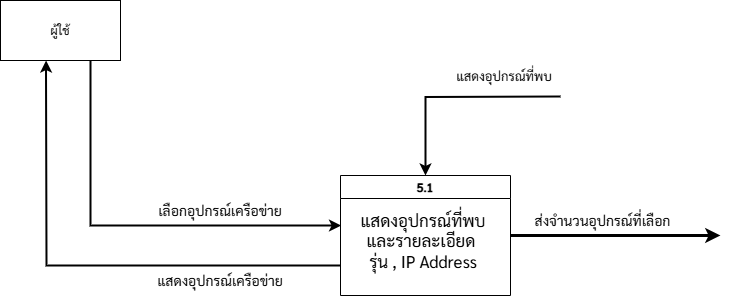
Above: Diagram/DFD/Data Flow Diagram Level 1 - 5.png in Minwatcharakorn/Project-CO-kddi (draw.io), before the change. Source tidied: cells renumbered, new cells last; positions are measured from the earlier drawing's top-left corner, leaving out a move shared by most shapes. Source of this version:
```xml
<mxGraphModel>
  <root>
    <mxCell id="0" />
    <mxCell id="1" parent="0" />
    <mxCell id="2" style="rounded=0;whiteSpace=wrap;html=1;points=[[0,0,0,0,0],[0,0.25,0,0,0],[0,0.5,0,0,0],[0,0.75,0,0,0],[0,1,0,0,0],[0.13,1,0,0,0],[0.25,0,0,0,0],[0.25,1,0,0,0],[0.38,1,0,0,0],[0.5,0,0,0,0],[0.5,1,0,0,0],[0.75,0,0,0,0],[0.75,1,0,0,0],[1,0,0,0,0],[1,0.25,0,0,0],[1,0.5,0,0,0],[1,0.75,0,0,0],[1,1,0,0,0]];fontFamily=Sarabun;fontSource=https%3A%2F%2Ffonts.googleapis.com%2Fcss%3Ffamily%3DSarabun;" parent="1" vertex="1">
      <mxGeometry width="120" height="60" as="geometry" />
    </mxCell>
    <mxCell id="3" value="ผู้ใช้" style="text;html=1;align=center;verticalAlign=middle;whiteSpace=wrap;rounded=0;fontFamily=Sarabun;fontSource=https%3A%2F%2Ffonts.googleapis.com%2Fcss%3Ffamily%3DSarabun;" parent="1" vertex="1">
      <mxGeometry x="30" y="15" width="60" height="30" as="geometry" />
    </mxCell>
    <mxCell id="4" value="เลือกอุปกรณ์เครือข่าย" style="text;html=1;align=center;verticalAlign=middle;whiteSpace=wrap;rounded=0;fontFamily=Sarabun;fontSource=https%3A%2F%2Ffonts.googleapis.com%2Fcss%3Ffamily%3DSarabun;fontSize=14;" parent="1" vertex="1">
      <mxGeometry x="150" y="195" width="140" height="30" as="geometry" />
    </mxCell>
    <mxCell id="5" value="5.1" style="swimlane;whiteSpace=wrap;html=1;fontFamily=Sarabun;fontSource=https%3A%2F%2Ffonts.googleapis.com%2Fcss%3Ffamily%3DSarabun;startSize=23;" parent="1" vertex="1">
      <mxGeometry x="340" y="175" width="170" height="120" as="geometry" />
    </mxCell>
    <mxCell id="6" value="&lt;span&gt;แสดงอุปกรณ์ที่พบ&lt;/span&gt;&lt;div&gt;&lt;span&gt;และรายละเอียด&amp;nbsp;&lt;/span&gt;&lt;div&gt;รุ่น , IP Address&lt;/div&gt;&lt;/div&gt;" style="text;html=1;align=center;verticalAlign=middle;whiteSpace=wrap;rounded=0;fontFamily=Sarabun;fontSource=https%3A%2F%2Ffonts.googleapis.com%2Fcss%3Ffamily%3DSarabun;fontSize=17;" parent="5" vertex="1">
      <mxGeometry x="0.6" y="50" width="164.4" height="30" as="geometry" />
    </mxCell>
    <mxCell id="7" value="ส่งจำนวนอุปกรณ์ที่เลือก" style="text;html=1;align=center;verticalAlign=middle;whiteSpace=wrap;rounded=0;fontFamily=Sarabun;fontSource=https%3A%2F%2Ffonts.googleapis.com%2Fcss%3Ffamily%3DSarabun;fontSize=14;" parent="1" vertex="1">
      <mxGeometry x="520" y="205" width="165" height="30" as="geometry" />
    </mxCell>
    <mxCell id="8" value="แสดงอุปกรณ์ที่พบ" style="text;html=1;align=center;verticalAlign=middle;whiteSpace=wrap;rounded=0;fontFamily=Sarabun;fontSource=https%3A%2F%2Ffonts.googleapis.com%2Fcss%3Ffamily%3DSarabun;fontSize=13;" parent="1" vertex="1">
      <mxGeometry x="439" y="60" width="130" height="30" as="geometry" />
    </mxCell>
    <mxCell id="9" value="แสดงอุปกรณ์เครือข่าย" style="text;html=1;align=center;verticalAlign=middle;whiteSpace=wrap;rounded=0;fontFamily=Sarabun;fontSource=https%3A%2F%2Ffonts.googleapis.com%2Fcss%3Ffamily%3DSarabun;fontSize=14;" parent="1" vertex="1">
      <mxGeometry x="150" y="265" width="140" height="30" as="geometry" />
    </mxCell>
    <mxCell id="10" style="endArrow=classic;html=1;rounded=0;exitX=1;exitY=0.5;exitDx=0;exitDy=0;strokeWidth=3;" parent="1" edge="1" source="5">
      <mxGeometry relative="1" as="geometry">
        <mxPoint x="720" y="235" as="targetPoint" />
      </mxGeometry>
    </mxCell>
    <mxCell id="11" style="edgeStyle=orthogonalEdgeStyle;rounded=0;jettySize=auto;html=1;entryX=0.5;entryY=0;entryDx=0;entryDy=0;fontFamily=Sarabun;fontSource=https%3A%2F%2Ffonts.googleapis.com%2Fcss%3Ffamily%3DSarabun;strokeWidth=2;" parent="1" edge="1" target="5">
      <mxGeometry relative="1" as="geometry">
        <mxPoint x="560" y="96" as="sourcePoint" />
      </mxGeometry>
    </mxCell>
    <mxCell id="12" style="endArrow=classic;html=1;rounded=0;exitX=0.75;exitY=1;exitDx=0;exitDy=0;exitPerimeter=0;entryX=0;entryY=0;entryDx=0;entryDy=0;strokeWidth=2;" parent="1" edge="1" source="2" target="6">
      <mxGeometry relative="1" as="geometry">
        <Array as="points">
          <mxPoint x="90" y="225" />
        </Array>
      </mxGeometry>
    </mxCell>
    <mxCell id="13" style="endArrow=classic;html=1;rounded=0;exitX=0;exitY=0.75;exitDx=0;exitDy=0;strokeWidth=2;entryX=0.38;entryY=1;entryDx=0;entryDy=0;entryPerimeter=0;" parent="1" edge="1" source="5" target="2">
      <mxGeometry relative="1" as="geometry">
        <Array as="points">
          <mxPoint x="46" y="265" />
        </Array>
      </mxGeometry>
    </mxCell>
  </root>
</mxGraphModel>
```
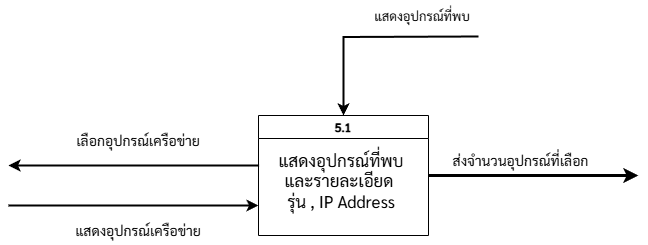
After the commit.

Diff of the diagram source:
```diff
@@ -2,14 +2,8 @@
   <root>
     <mxCell id="0" />
     <mxCell id="1" parent="0" />
-    <mxCell id="2" style="rounded=0;whiteSpace=wrap;html=1;points=[[0,0,0,0,0],[0,0.25,0,0,0],[0,0.5,0,0,0],[0,0.75,0,0,0],[0,1,0,0,0],[0.13,1,0,0,0],[0.25,0,0,0,0],[0.25,1,0,0,0],[0.38,1,0,0,0],[0.5,0,0,0,0],[0.5,1,0,0,0],[0.75,0,0,0,0],[0.75,1,0,0,0],[1,0,0,0,0],[1,0.25,0,0,0],[1,0.5,0,0,0],[1,0.75,0,0,0],[1,1,0,0,0]];fontFamily=Sarabun;fontSource=https%3A%2F%2Ffonts.googleapis.com%2Fcss%3Ffamily%3DSarabun;" parent="1" vertex="1">
-      <mxGeometry width="120" height="60" as="geometry" />
-    </mxCell>
-    <mxCell id="3" value="ผู้ใช้" style="text;html=1;align=center;verticalAlign=middle;whiteSpace=wrap;rounded=0;fontFamily=Sarabun;fontSource=https%3A%2F%2Ffonts.googleapis.com%2Fcss%3Ffamily%3DSarabun;" parent="1" vertex="1">
-      <mxGeometry x="30" y="15" width="60" height="30" as="geometry" />
-    </mxCell>
     <mxCell id="4" value="เลือกอุปกรณ์เครือข่าย" style="text;html=1;align=center;verticalAlign=middle;whiteSpace=wrap;rounded=0;fontFamily=Sarabun;fontSource=https%3A%2F%2Ffonts.googleapis.com%2Fcss%3Ffamily%3DSarabun;fontSize=14;" parent="1" vertex="1">
-      <mxGeometry x="150" y="195" width="140" height="30" as="geometry" />
+      <mxGeometry x="150" y="185" width="140" height="30" as="geometry" />
     </mxCell>
     <mxCell id="5" value="5.1" style="swimlane;whiteSpace=wrap;html=1;fontFamily=Sarabun;fontSource=https%3A%2F%2Ffonts.googleapis.com%2Fcss%3Ffamily%3DSarabun;startSize=23;" parent="1" vertex="1">
       <mxGeometry x="340" y="175" width="170" height="120" as="geometry" />
@@ -24,7 +18,7 @@
       <mxGeometry x="439" y="60" width="130" height="30" as="geometry" />
     </mxCell>
     <mxCell id="9" value="แสดงอุปกรณ์เครือข่าย" style="text;html=1;align=center;verticalAlign=middle;whiteSpace=wrap;rounded=0;fontFamily=Sarabun;fontSource=https%3A%2F%2Ffonts.googleapis.com%2Fcss%3Ffamily%3DSarabun;fontSize=14;" parent="1" vertex="1">
-      <mxGeometry x="150" y="265" width="140" height="30" as="geometry" />
+      <mxGeometry x="150" y="275" width="140" height="30" as="geometry" />
     </mxCell>
     <mxCell id="10" style="endArrow=classic;html=1;rounded=0;exitX=1;exitY=0.5;exitDx=0;exitDy=0;strokeWidth=3;" parent="1" edge="1" source="5">
       <mxGeometry relative="1" as="geometry">
@@ -36,19 +30,15 @@
         <mxPoint x="560" y="96" as="sourcePoint" />
       </mxGeometry>
     </mxCell>
-    <mxCell id="12" style="endArrow=classic;html=1;rounded=0;exitX=0.75;exitY=1;exitDx=0;exitDy=0;exitPerimeter=0;entryX=0;entryY=0;entryDx=0;entryDy=0;strokeWidth=2;" parent="1" edge="1" source="2" target="6">
-      <mxGeometry relative="1" as="geometry">
-        <Array as="points">
-          <mxPoint x="90" y="225" />
-        </Array>
-      </mxGeometry>
-    </mxCell>
-    <mxCell id="13" style="endArrow=classic;html=1;rounded=0;exitX=0;exitY=0.75;exitDx=0;exitDy=0;strokeWidth=2;entryX=0.38;entryY=1;entryDx=0;entryDy=0;entryPerimeter=0;" parent="1" edge="1" source="5" target="2">
-      <mxGeometry relative="1" as="geometry">
-        <Array as="points">
-          <mxPoint x="46" y="265" />
-        </Array>
-      </mxGeometry>
-    </mxCell>
+    <mxCell id="14" style="endArrow=classic;html=1;rounded=0;exitX=0;exitY=0;exitDx=0;exitDy=0;strokeWidth=2;" parent="1" edge="1" source="6">
+      <mxGeometry relative="1" as="geometry">
+        <mxPoint x="90" y="225" as="targetPoint" />
+      </mxGeometry>
+    </mxCell>
+    <mxCell id="15" style="endArrow=classic;html=1;rounded=0;entryX=0;entryY=0.75;entryDx=0;entryDy=0;strokeWidth=2;" parent="1" edge="1" target="5">
+      <mxGeometry relative="1" as="geometry">
+        <mxPoint x="90" y="265" as="sourcePoint" />
+      </mxGeometry>
+    </mxCell>
   </root>
 </mxGraphModel>
```
